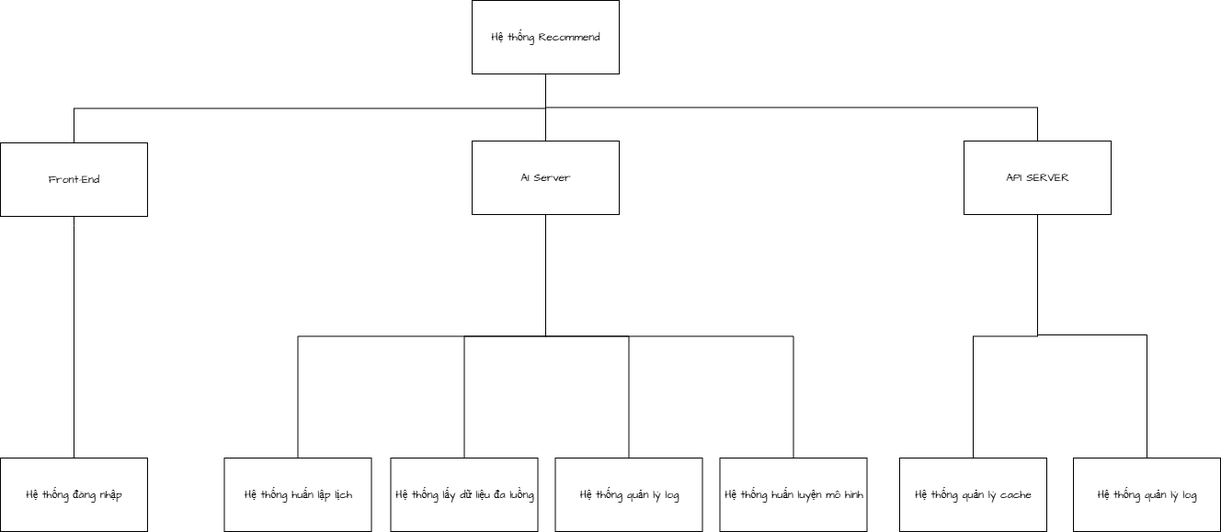
Earlier version of the draw.io export diagrams/System.drawio.png (VennDev/VRecommendSystem). Source tidied: cells renumbered, new cells last; positions are measured from the earlier drawing's top-left corner, leaving out a move shared by most shapes.
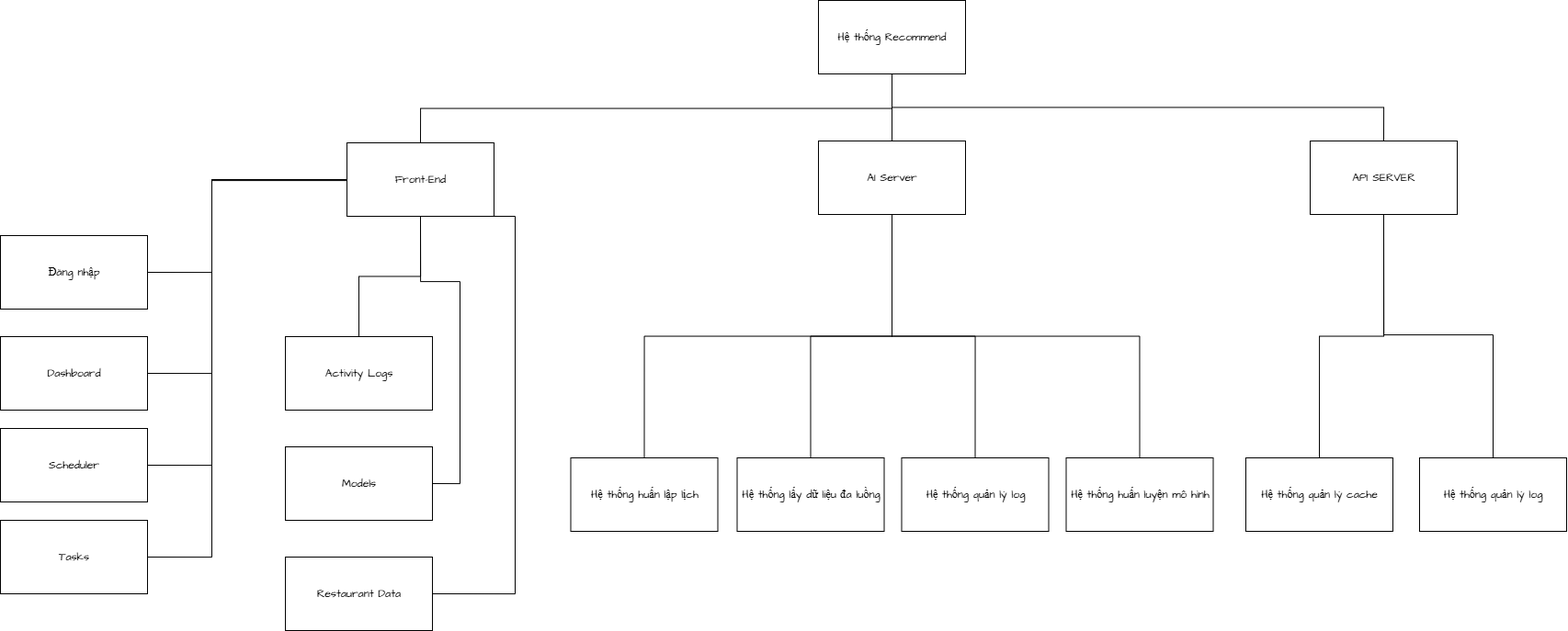
After the change.

Change to the diagram source:
```diff
@@ -11,6 +11,50 @@
     <mxCell id="4" value="API SERVER" style="rounded=0;whiteSpace=wrap;html=1;fontFamily=Architects Daughter;fontSource=https%3A%2F%2Ffonts.googleapis.com%2Fcss%3Ffamily%3DArchitects%2BDaughter;" parent="1" vertex="1">
       <mxGeometry x="1048" y="153" width="160" height="80" as="geometry" />
     </mxCell>
+    <mxCell id="23" style="edgeStyle=orthogonalEdgeStyle;rounded=0;jettySize=auto;html=1;exitX=0;exitY=0.5;exitDx=0;exitDy=0;entryX=1;entryY=0.5;entryDx=0;entryDy=0;fontFamily=Architects Daughter;fontSource=https%3A%2F%2Ffonts.googleapis.com%2Fcss%3Ffamily%3DArchitects%2BDaughter;fontSize=16;startSize=14;endArrow=none;endSize=14;sourcePerimeterSpacing=8;targetPerimeterSpacing=8;endFill=0;" parent="1" edge="1" source="5" target="33">
+      <mxGeometry relative="1" as="geometry">
+        <Array as="points">
+          <mxPoint x="-147" y="195" />
+          <mxPoint x="-147" y="406" />
+        </Array>
+      </mxGeometry>
+    </mxCell>
+    <mxCell id="24" style="edgeStyle=orthogonalEdgeStyle;rounded=0;jettySize=auto;html=1;exitX=0;exitY=0.5;exitDx=0;exitDy=0;entryX=1;entryY=0.5;entryDx=0;entryDy=0;fontFamily=Architects Daughter;fontSource=https%3A%2F%2Ffonts.googleapis.com%2Fcss%3Ffamily%3DArchitects%2BDaughter;fontSize=16;startSize=14;endArrow=none;endSize=14;sourcePerimeterSpacing=8;targetPerimeterSpacing=8;endFill=0;" parent="1" edge="1" source="5" target="32">
+      <mxGeometry relative="1" as="geometry">
+        <Array as="points">
+          <mxPoint x="-147" y="195" />
+          <mxPoint x="-147" y="506" />
+        </Array>
+      </mxGeometry>
+    </mxCell>
+    <mxCell id="25" style="edgeStyle=orthogonalEdgeStyle;rounded=0;jettySize=auto;html=1;exitX=0;exitY=0.5;exitDx=0;exitDy=0;entryX=1;entryY=0.5;entryDx=0;entryDy=0;fontFamily=Architects Daughter;fontSource=https%3A%2F%2Ffonts.googleapis.com%2Fcss%3Ffamily%3DArchitects%2BDaughter;fontSize=16;startSize=14;endArrow=none;endSize=14;sourcePerimeterSpacing=8;targetPerimeterSpacing=8;endFill=0;" parent="1" edge="1" source="5" target="30">
+      <mxGeometry relative="1" as="geometry">
+        <Array as="points">
+          <mxPoint x="-147" y="195" />
+          <mxPoint x="-147" y="606" />
+        </Array>
+      </mxGeometry>
+    </mxCell>
+    <mxCell id="26" style="edgeStyle=orthogonalEdgeStyle;rounded=0;jettySize=auto;html=1;exitX=0.5;exitY=1;exitDx=0;exitDy=0;entryX=0.5;entryY=0;entryDx=0;entryDy=0;fontFamily=Architects Daughter;fontSource=https%3A%2F%2Ffonts.googleapis.com%2Fcss%3Ffamily%3DArchitects%2BDaughter;fontSize=16;startSize=14;endArrow=none;endSize=14;sourcePerimeterSpacing=8;targetPerimeterSpacing=8;endFill=0;" parent="1" edge="1" source="5" target="34">
+      <mxGeometry relative="1" as="geometry" />
+    </mxCell>
+    <mxCell id="27" style="edgeStyle=orthogonalEdgeStyle;rounded=0;jettySize=auto;html=1;exitX=0.5;exitY=1;exitDx=0;exitDy=0;entryX=1;entryY=0.5;entryDx=0;entryDy=0;fontFamily=Architects Daughter;fontSource=https%3A%2F%2Ffonts.googleapis.com%2Fcss%3Ffamily%3DArchitects%2BDaughter;fontSize=16;startSize=14;endArrow=none;endSize=14;sourcePerimeterSpacing=8;targetPerimeterSpacing=8;endFill=0;" parent="1" edge="1" source="5" target="29">
+      <mxGeometry relative="1" as="geometry">
+        <Array as="points">
+          <mxPoint x="80" y="306" />
+          <mxPoint x="123" y="306" />
+          <mxPoint x="123" y="526" />
+        </Array>
+      </mxGeometry>
+    </mxCell>
+    <mxCell id="28" style="edgeStyle=orthogonalEdgeStyle;rounded=0;jettySize=auto;html=1;exitX=0.5;exitY=1;exitDx=0;exitDy=0;entryX=1;entryY=0.5;entryDx=0;entryDy=0;fontFamily=Architects Daughter;fontSource=https%3A%2F%2Ffonts.googleapis.com%2Fcss%3Ffamily%3DArchitects%2BDaughter;fontSize=16;startSize=14;endArrow=none;endSize=14;sourcePerimeterSpacing=8;targetPerimeterSpacing=8;endFill=0;" parent="1" edge="1" source="5" target="31">
+      <mxGeometry relative="1" as="geometry">
+        <Array as="points">
+          <mxPoint x="183" y="235" />
+          <mxPoint x="183" y="646" />
+        </Array>
+      </mxGeometry>
+    </mxCell>
     <mxCell id="5" value="Front-End" style="rounded=0;whiteSpace=wrap;html=1;fontFamily=Architects Daughter;fontSource=https%3A%2F%2Ffonts.googleapis.com%2Fcss%3Ffamily%3DArchitects%2BDaughter;" parent="1" vertex="1">
       <mxGeometry y="155" width="160" height="80" as="geometry" />
     </mxCell>
@@ -64,16 +108,34 @@
     <mxCell id="20" style="endArrow=none;html=1;rounded=0;fontFamily=Architects Daughter;fontSource=https%3A%2F%2Ffonts.googleapis.com%2Fcss%3Ffamily%3DArchitects%2BDaughter;fontSize=16;startSize=14;endSize=14;sourcePerimeterSpacing=8;targetPerimeterSpacing=8;entryX=0.5;entryY=1;entryDx=0;entryDy=0;exitX=0.5;exitY=0;exitDx=0;exitDy=0;edgeStyle=orthogonalEdgeStyle;" parent="1" edge="1" source="19" target="4">
       <mxGeometry relative="1" as="geometry" />
     </mxCell>
-    <mxCell id="21" value="Hệ thống đăng nhập" style="rounded=0;whiteSpace=wrap;html=1;fontFamily=Architects Daughter;fontSource=https%3A%2F%2Ffonts.googleapis.com%2Fcss%3Ffamily%3DArchitects%2BDaughter;" parent="1" vertex="1">
-      <mxGeometry y="498" width="160" height="80" as="geometry" />
+    <mxCell id="21" value="Đăng nhập" style="rounded=0;whiteSpace=wrap;html=1;fontFamily=Architects Daughter;fontSource=https%3A%2F%2Ffonts.googleapis.com%2Fcss%3Ffamily%3DArchitects%2BDaughter;" parent="1" vertex="1">
+      <mxGeometry x="-377" y="256" width="160" height="80" as="geometry" />
     </mxCell>
-    <mxCell id="22" style="endArrow=none;html=1;rounded=0;fontFamily=Architects Daughter;fontSource=https%3A%2F%2Ffonts.googleapis.com%2Fcss%3Ffamily%3DArchitects%2BDaughter;fontSize=16;startSize=14;endSize=14;sourcePerimeterSpacing=8;targetPerimeterSpacing=8;entryX=0.5;entryY=1;entryDx=0;entryDy=0;exitX=0.5;exitY=0;exitDx=0;exitDy=0;edgeStyle=orthogonalEdgeStyle;" parent="1" edge="1" source="21" target="5">
+    <mxCell id="22" style="endArrow=none;html=1;rounded=0;fontFamily=Architects Daughter;fontSource=https%3A%2F%2Ffonts.googleapis.com%2Fcss%3Ffamily%3DArchitects%2BDaughter;fontSize=16;startSize=14;endSize=14;sourcePerimeterSpacing=8;targetPerimeterSpacing=8;entryX=0;entryY=0.5;entryDx=0;entryDy=0;exitX=1;exitY=0.5;exitDx=0;exitDy=0;edgeStyle=orthogonalEdgeStyle;" parent="1" edge="1" source="21" target="5">
       <mxGeometry relative="1" as="geometry">
         <Array as="points">
-          <mxPoint x="80" y="245" />
-          <mxPoint x="80" y="245" />
+          <mxPoint x="-147" y="296" />
+          <mxPoint x="-147" y="196" />
         </Array>
       </mxGeometry>
     </mxCell>
+    <mxCell id="29" value="Models" style="rounded=0;whiteSpace=wrap;html=1;fontFamily=Architects Daughter;fontSource=https%3A%2F%2Ffonts.googleapis.com%2Fcss%3Ffamily%3DArchitects%2BDaughter;" parent="1" vertex="1">
+      <mxGeometry x="-67" y="486" width="160" height="80" as="geometry" />
+    </mxCell>
+    <mxCell id="30" value="Tasks" style="rounded=0;whiteSpace=wrap;html=1;fontFamily=Architects Daughter;fontSource=https%3A%2F%2Ffonts.googleapis.com%2Fcss%3Ffamily%3DArchitects%2BDaughter;" parent="1" vertex="1">
+      <mxGeometry x="-377" y="566" width="160" height="80" as="geometry" />
+    </mxCell>
+    <mxCell id="31" value="Restaurant Data" style="rounded=0;whiteSpace=wrap;html=1;fontFamily=Architects Daughter;fontSource=https%3A%2F%2Ffonts.googleapis.com%2Fcss%3Ffamily%3DArchitects%2BDaughter;" parent="1" vertex="1">
+      <mxGeometry x="-67" y="606" width="160" height="80" as="geometry" />
+    </mxCell>
+    <mxCell id="32" value="Scheduler" style="rounded=0;whiteSpace=wrap;html=1;fontFamily=Architects Daughter;fontSource=https%3A%2F%2Ffonts.googleapis.com%2Fcss%3Ffamily%3DArchitects%2BDaughter;" parent="1" vertex="1">
+      <mxGeometry x="-377" y="466" width="160" height="80" as="geometry" />
+    </mxCell>
+    <mxCell id="33" value="Dashboard" style="rounded=0;whiteSpace=wrap;html=1;fontFamily=Architects Daughter;fontSource=https%3A%2F%2Ffonts.googleapis.com%2Fcss%3Ffamily%3DArchitects%2BDaughter;" parent="1" vertex="1">
+      <mxGeometry x="-377" y="366" width="160" height="80" as="geometry" />
+    </mxCell>
+    <mxCell id="34" value="Activity Logs" style="rounded=0;whiteSpace=wrap;html=1;fontFamily=Architects Daughter;fontSource=https%3A%2F%2Ffonts.googleapis.com%2Fcss%3Ffamily%3DArchitects%2BDaughter;" parent="1" vertex="1">
+      <mxGeometry x="-67" y="366" width="160" height="80" as="geometry" />
+    </mxCell>
   </root>
 </mxGraphModel>
```
